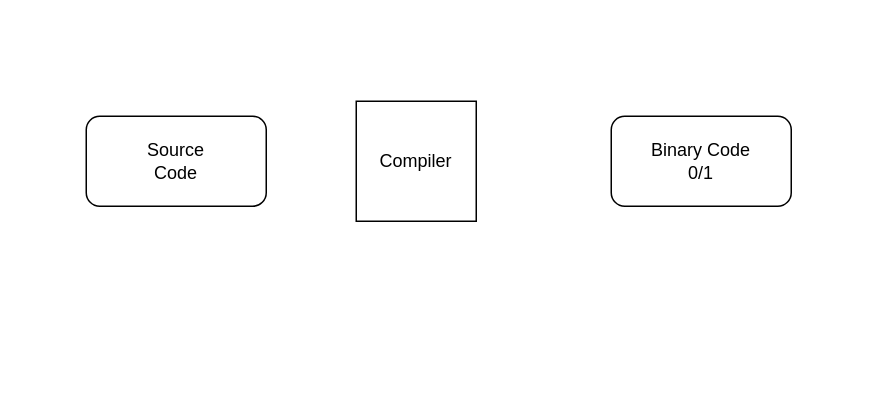
This is assets/l1.drawio from bharatonomy/OOPS, a draw.io file, before an edit. Source tidied: cells renumbered, new cells numbered last; positions are measured from the earlier drawing's top-left corner, leaving out a move shared by most shapes. Both pictures are drawn from the tidied source at 150%, with x=0, y=0 at pixel (86, 100).
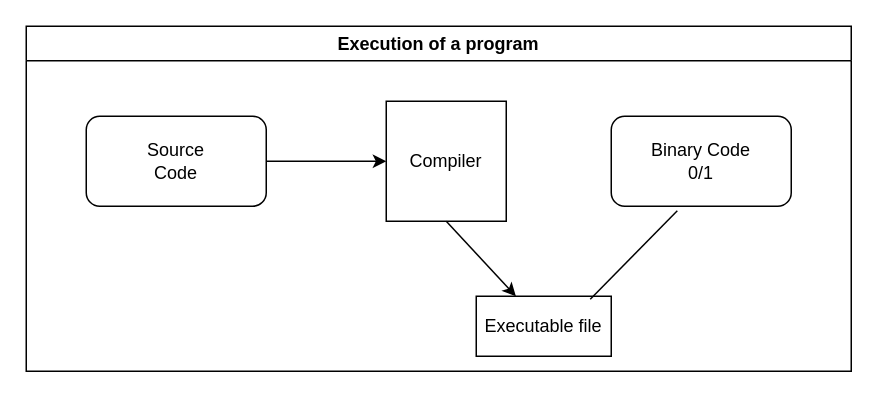
The same page after the edit.

The edit, as a diff of the source:
```diff
@@
 <mxGraphModel>
   <root>
     <mxCell id="0" />
     <mxCell id="1" parent="0" />
     <mxCell id="2" style="rounded=1;whiteSpace=wrap;html=1;" parent="1" vertex="1">
       <mxGeometry y="10" width="120" height="60" as="geometry" />
     </mxCell>
     <mxCell id="3" value="Binary Code&lt;br&gt;0/1" style="rounded=1;whiteSpace=wrap;html=1;" parent="1" vertex="1">
       <mxGeometry x="350" y="10" width="120" height="60" as="geometry" />
     </mxCell>
     <mxCell id="4" value="Source Code" style="text;strokeColor=none;align=center;fillColor=none;html=1;verticalAlign=middle;whiteSpace=wrap;rounded=0;" parent="1" vertex="1">
       <mxGeometry x="30" y="25" width="60" height="30" as="geometry" />
     </mxCell>
     <mxCell id="5" value="Compiler" style="whiteSpace=wrap;html=1;" parent="1" vertex="1">
-      <mxGeometry x="180" width="80" height="80" as="geometry" />
+      <mxGeometry x="200" width="80" height="80" as="geometry" />
     </mxCell>
+    <mxCell id="6" value="Executable file" style="rounded=0;whiteSpace=wrap;html=1;" parent="1" vertex="1">
+      <mxGeometry x="260" y="130" width="90" height="40" as="geometry" />
+    </mxCell>
+    <mxCell id="7" style="edgeStyle=none;jettySize=auto;html=1;exitX=1;exitY=0.5;exitDx=0;exitDy=0;entryX=0;entryY=0.5;entryDx=0;entryDy=0;" parent="1" edge="1" source="2" target="5">
+      <mxGeometry relative="1" as="geometry" />
+    </mxCell>
+    <mxCell id="8" style="endArrow=none;html=1;entryX=0.367;entryY=1.05;entryDx=0;entryDy=0;entryPerimeter=0;" parent="1" edge="1" target="3">
+      <mxGeometry relative="1" as="geometry">
+        <mxPoint x="336" y="132" as="sourcePoint" />
+      </mxGeometry>
+    </mxCell>
+    <mxCell id="9" style="edgeStyle=none;jettySize=auto;html=1;exitX=0.5;exitY=1;exitDx=0;exitDy=0;" parent="1" edge="1" source="5" target="6">
+      <mxGeometry relative="1" as="geometry" />
+    </mxCell>
+    <mxCell id="10" value="Execution of a program" style="swimlane;whiteSpace=wrap;html=1;" parent="1" vertex="1">
+      <mxGeometry x="-40" y="-50" width="550" height="230" as="geometry" />
+    </mxCell>
   </root>
 </mxGraphModel>
```
